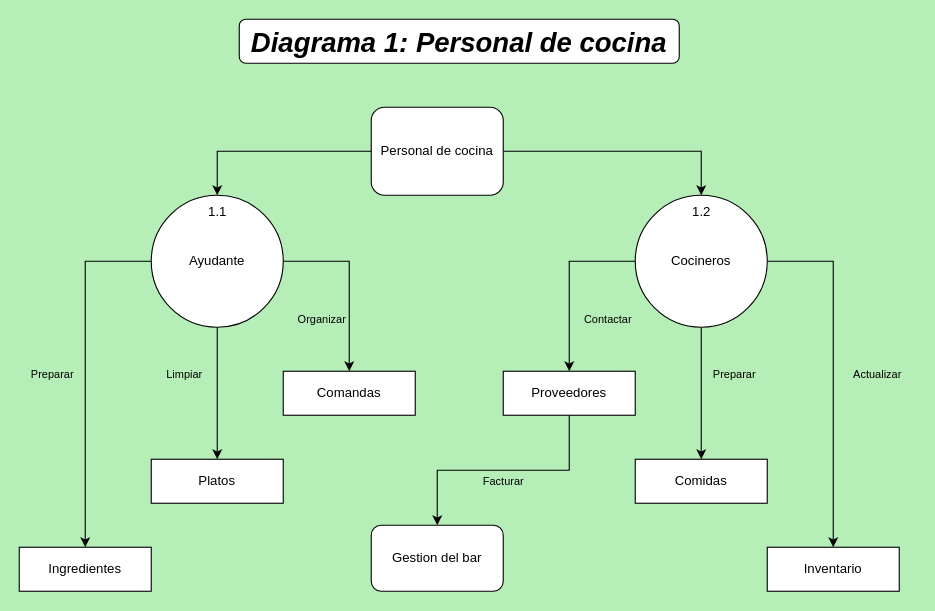
Before: 02_Entornos de desarrollo/UT_3/01 DiagramaFlujoDatos/Ejercicios_DFD/02 EjercicioBar/intento_2/02_Diagrama1PersonalCocina.drawio in antgomper/Curso_23-24_DAW, a draw.io diagram. Source tidied: cells renumbered, new cells numbered last; positions are measured from the earlier drawing's top-left corner, leaving out a move shared by most shapes. Both pictures are drawn from the tidied source at 110%, with x=0, y=0 at pixel (19, 19).
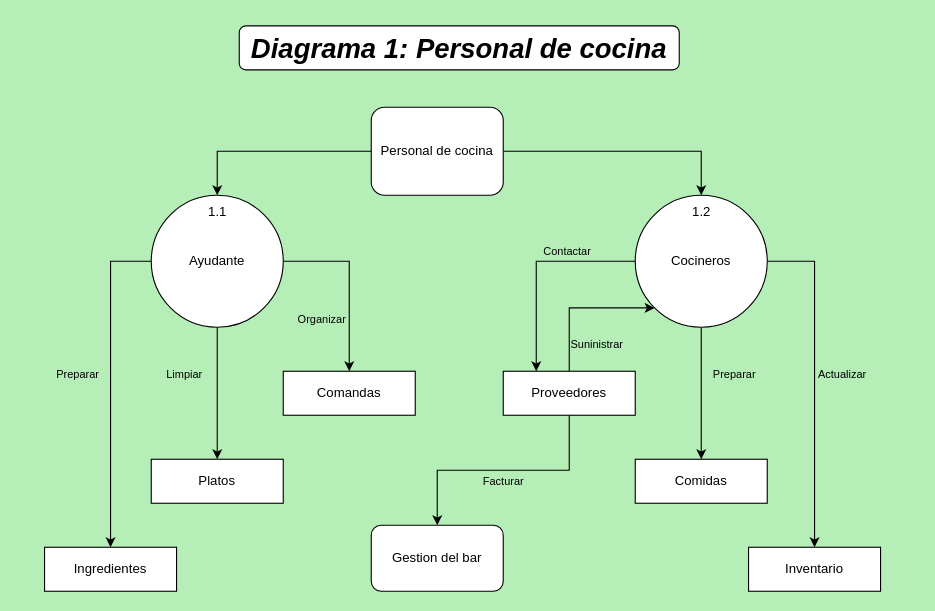
The same page after the edit.

The change refers to these unchanged cells:
```xml
<mxCell id="13" value="Cocineros" style="ellipse;whiteSpace=wrap;html=1;" parent="1" vertex="1">
  <mxGeometry x="560" y="160" width="120" height="120" as="geometry" />
</mxCell>
<mxCell id="20" value="Proveedores" style="rounded=0;whiteSpace=wrap;html=1;" parent="1" vertex="1">
  <mxGeometry x="440" y="320" width="120" height="40" as="geometry" />
</mxCell>
```

Change to the diagram source:
```diff
@@
     <mxCell id="2" value="&lt;font style=&quot;font-size: 25px;&quot;&gt;&lt;b&gt;&lt;i&gt;Diagrama 1: Personal de cocina&lt;/i&gt;&lt;/b&gt;&lt;/font&gt;" style="rounded=1;whiteSpace=wrap;html=1;" parent="1" vertex="1">
-      <mxGeometry x="200" width="400" height="40" as="geometry" />
+      <mxGeometry x="200" y="6" width="400" height="40" as="geometry" />
     </mxCell>
@@
-    <mxCell id="12" style="edgeStyle=orthogonalEdgeStyle;rounded=0;jettySize=auto;html=1;exitX=0;exitY=0.5;exitDx=0;exitDy=0;" parent="1" edge="1" source="13" target="20">
+    <mxCell id="12" style="edgeStyle=orthogonalEdgeStyle;rounded=0;jettySize=auto;html=1;exitX=0;exitY=0.5;exitDx=0;exitDy=0;entryX=0.25;entryY=0;entryDx=0;entryDy=0;" parent="1" edge="1" source="13" target="20">
       <mxGeometry relative="1" as="geometry" />
     </mxCell>
@@
     <mxCell id="16" value="Ingredientes" style="rounded=0;whiteSpace=wrap;html=1;" parent="1" vertex="1">
-      <mxGeometry y="480" width="120" height="40" as="geometry" />
+      <mxGeometry x="23" y="480" width="120" height="40" as="geometry" />
     </mxCell>
     <mxCell id="17" value="Inventario" style="rounded=0;whiteSpace=wrap;html=1;" parent="1" vertex="1">
-      <mxGeometry x="680" y="480" width="120" height="40" as="geometry" />
+      <mxGeometry x="663" y="480" width="120" height="40" as="geometry" />
     </mxCell>
@@
+    <mxCell id="31" style="edgeStyle=orthogonalEdgeStyle;rounded=0;jettySize=auto;html=1;exitX=0.5;exitY=0;exitDx=0;exitDy=0;entryX=0;entryY=1;entryDx=0;entryDy=0;" parent="1" edge="1" source="20" target="13">
+      <mxGeometry relative="1" as="geometry">
+        <Array as="points">
+          <mxPoint x="500" y="262" />
+        </Array>
+      </mxGeometry>
+    </mxCell>
@@
     <mxCell id="21" value="&lt;font style=&quot;font-size: 10px;&quot;&gt;Preparar&lt;/font&gt;" style="text;html=1;align=center;verticalAlign=middle;strokeColor=none;fillColor=none;" parent="1" vertex="1">
-      <mxGeometry y="308" width="60" height="30" as="geometry" />
+      <mxGeometry x="23" y="308" width="60" height="30" as="geometry" />
     </mxCell>
@@
     <mxCell id="24" value="&lt;font style=&quot;font-size: 10px;&quot;&gt;Actualizar&lt;/font&gt;" style="text;html=1;align=center;verticalAlign=middle;strokeColor=none;fillColor=none;" parent="1" vertex="1">
-      <mxGeometry x="745" y="308" width="70" height="30" as="geometry" />
+      <mxGeometry x="713" y="308" width="70" height="30" as="geometry" />
     </mxCell>
@@
     <mxCell id="26" value="&lt;font style=&quot;font-size: 10px;&quot;&gt;Contactar&lt;/font&gt;" style="text;html=1;align=center;verticalAlign=middle;strokeColor=none;fillColor=none;" parent="1" vertex="1">
-      <mxGeometry x="500" y="258" width="70" height="30" as="geometry" />
+      <mxGeometry x="463" y="196" width="70" height="30" as="geometry" />
     </mxCell>
@@
+    <mxCell id="32" value="&lt;font style=&quot;font-size: 10px;&quot;&gt;Suninistrar&lt;/font&gt;" style="text;html=1;align=center;verticalAlign=middle;strokeColor=none;fillColor=none;" parent="1" vertex="1">
+      <mxGeometry x="490" y="280" width="70" height="30" as="geometry" />
+    </mxCell>
```
